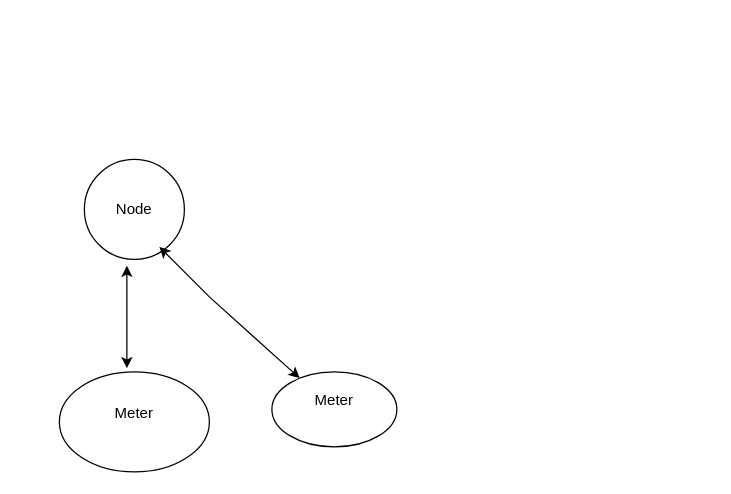
Earlier version of the draw.io diagram Delete Meter.drawio (anshuldevmehta/RandomDiagrams). Source tidied: cells renumbered, new cells numbered last; positions are measured from the earlier drawing's top-left corner, leaving out a move shared by most shapes. Both pictures are drawn from the tidied source at 125%, with x=0, y=0 at pixel (59, 159).
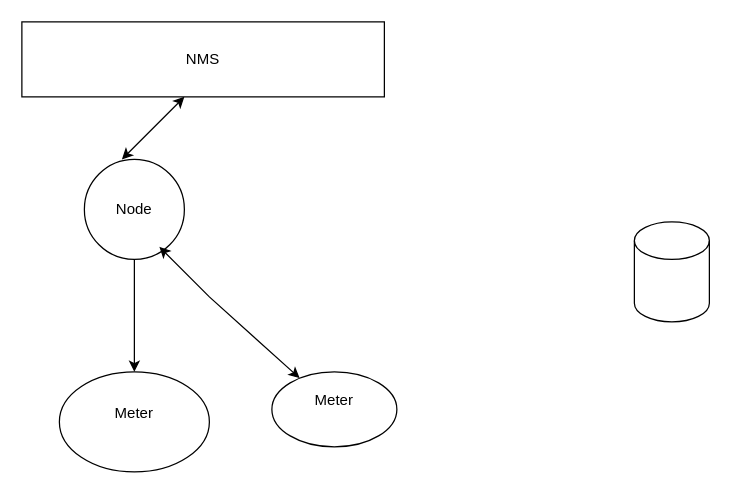
After the change.

The edit, as a diff of the source:
```diff
@@
 <mxGraphModel>
   <root>
     <mxCell id="0" />
     <mxCell id="1" parent="0" />
     <mxCell id="2" value="&lt;div&gt;Meter&lt;/div&gt;&lt;div&gt;&lt;br&gt;&lt;/div&gt;" style="ellipse;whiteSpace=wrap;html=1;" parent="1" vertex="1">
       <mxGeometry y="170" width="120" height="80" as="geometry" />
     </mxCell>
+    <mxCell id="7" style="edgeStyle=orthogonalEdgeStyle;rounded=0;jettySize=auto;html=1;" parent="1" edge="1" source="3" target="2">
+      <mxGeometry relative="1" as="geometry" />
+    </mxCell>
     <mxCell id="3" value="Node" style="ellipse;whiteSpace=wrap;html=1;" parent="1" vertex="1">
       <mxGeometry x="20" width="80" height="80" as="geometry" />
     </mxCell>
-    <mxCell id="4" style="endArrow=classic;startArrow=classic;html=1;rounded=0;exitX=0.45;exitY=-0.037;exitDx=0;exitDy=0;exitPerimeter=0;entryX=0.425;entryY=1.063;entryDx=0;entryDy=0;entryPerimeter=0;" parent="1" edge="1" source="2" target="3">
-      <mxGeometry relative="1" as="geometry" />
-    </mxCell>
     <mxCell id="5" value="&lt;div&gt;Meter&lt;/div&gt;&lt;div&gt;&lt;br&gt;&lt;/div&gt;" style="ellipse;whiteSpace=wrap;html=1;" parent="1" vertex="1">
       <mxGeometry x="170" y="170" width="100" height="60" as="geometry" />
     </mxCell>
     <mxCell id="6" style="endArrow=classic;startArrow=classic;html=1;rounded=0;" parent="1" edge="1" source="5">
       <mxGeometry relative="1" as="geometry">
         <mxPoint x="80" y="70" as="targetPoint" />
         <Array as="points">
           <mxPoint x="120" y="110" />
         </Array>
       </mxGeometry>
     </mxCell>
+    <mxCell id="8" value="NMS" style="rounded=0;whiteSpace=wrap;html=1;" parent="1" vertex="1">
+      <mxGeometry x="-30" y="-110" width="290" height="60" as="geometry" />
+    </mxCell>
+    <mxCell id="9" style="endArrow=classic;startArrow=classic;html=1;rounded=0;" parent="1" edge="1">
+      <mxGeometry relative="1" as="geometry">
+        <mxPoint x="50" as="sourcePoint" />
+        <mxPoint x="100" y="-50" as="targetPoint" />
+      </mxGeometry>
+    </mxCell>
+    <mxCell id="10" style="shape=cylinder3;whiteSpace=wrap;html=1;boundedLbl=1;backgroundOutline=1;size=15;" parent="1" vertex="1">
+      <mxGeometry x="460" y="50" width="60" height="80" as="geometry" />
+    </mxCell>
   </root>
 </mxGraphModel>
```
